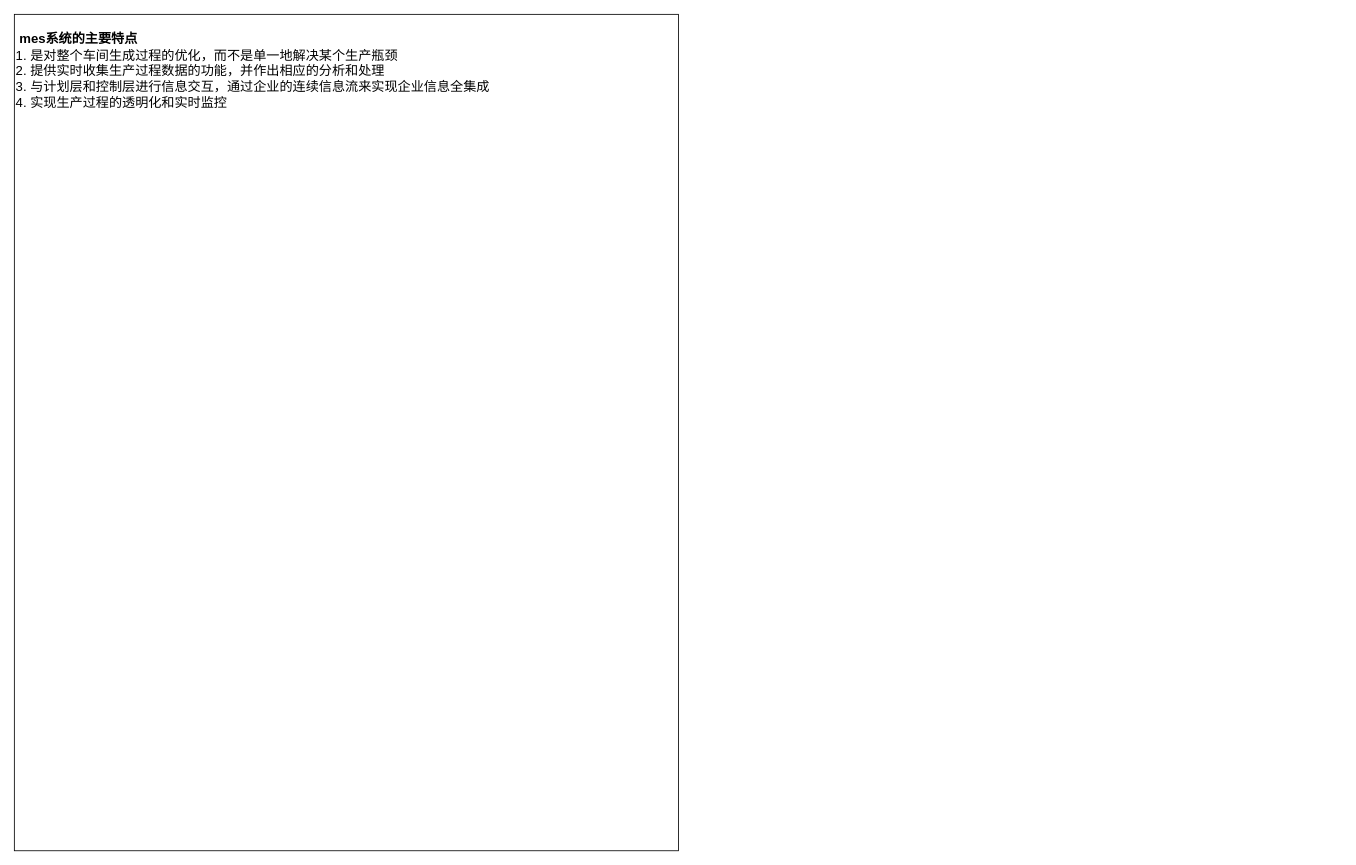
The draw.io diagram page "第 1 页" (1 of 2) of mes.drawio in ljq199612/diagram, before the edit. Source tidied: cells renumbered, new cells numbered last; positions are measured from the earlier drawing's top-left corner, leaving out a move shared by most shapes. Both pictures are drawn from the tidied source at 82%, with x=0, y=0 at pixel (14, 14).
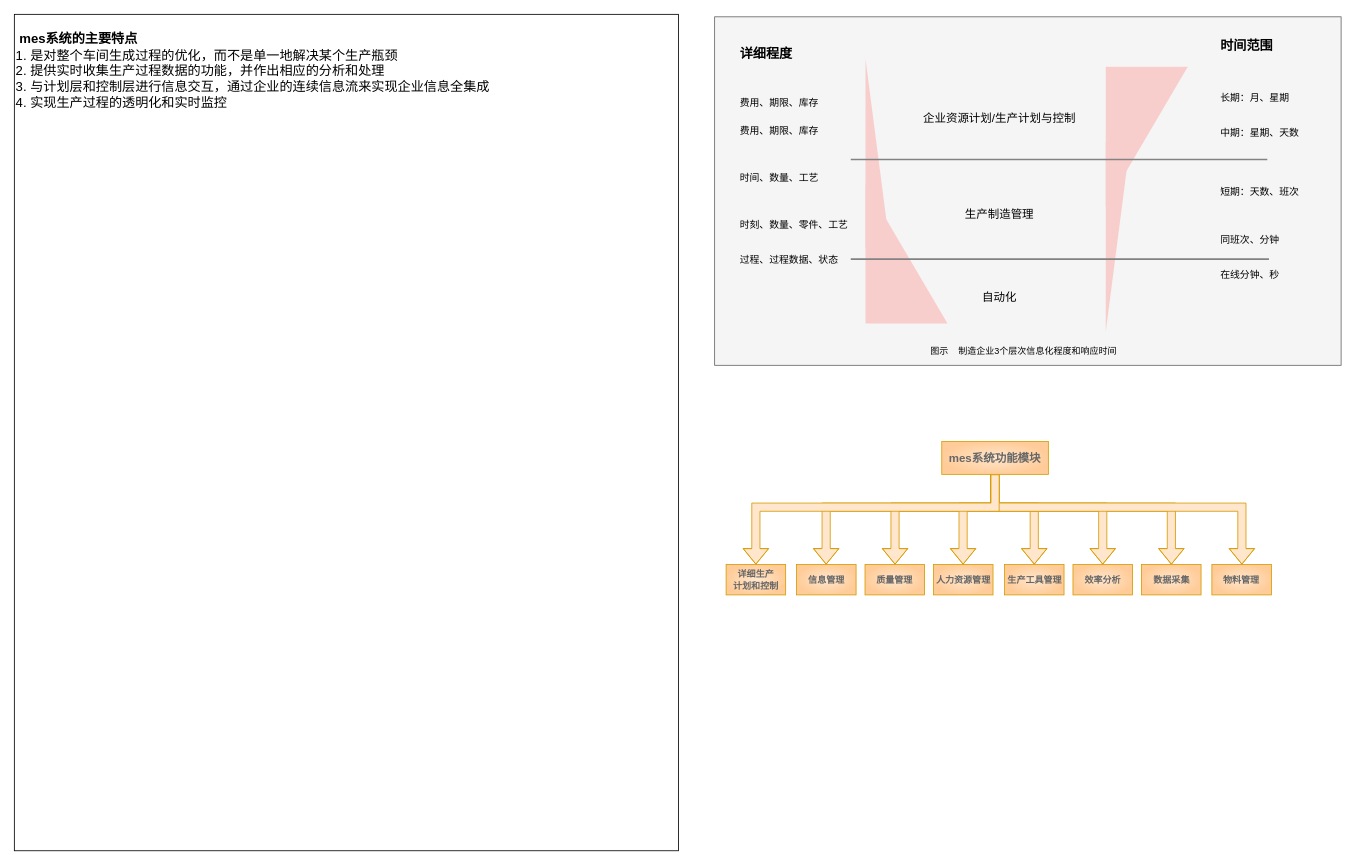
The same page after the edit.

Diff of the diagram source:
```diff
@@
+    <mxCell id="3" style="group;" parent="1" vertex="1">
+      <mxGeometry x="854" y="3" width="765" height="425" as="geometry" />
+    </mxCell>
+    <mxCell id="4" style="rounded=0;whiteSpace=wrap;html=1;fontSize=16;fillColor=#f5f5f5;strokeColor=#666666;fontColor=#333333;" parent="3" vertex="1">
+      <mxGeometry width="764" height="425" as="geometry" />
+    </mxCell>
+    <mxCell id="5" style="group;strokeColor=none;" parent="3" vertex="1">
+      <mxGeometry x="184" y="51" width="100" height="323" as="geometry" />
+    </mxCell>
+    <mxCell id="6" style="verticalLabelPosition=bottom;verticalAlign=top;html=1;shape=mxgraph.basic.orthogonal_triangle;fontSize=16;fillColor=#f8cecc;strokeColor=none;" parent="5" vertex="1">
+      <mxGeometry width="30" height="232" as="geometry" />
+    </mxCell>
+    <mxCell id="7" style="verticalLabelPosition=bottom;verticalAlign=top;html=1;shape=mxgraph.basic.orthogonal_triangle;fontSize=16;fillColor=#f8cecc;strokeColor=none;" parent="5" vertex="1">
+      <mxGeometry y="153" width="100" height="170" as="geometry" />
+    </mxCell>
+    <mxCell id="8" style="group;" parent="3" vertex="1">
+      <mxGeometry x="477" y="61" width="100" height="323" as="geometry" />
+    </mxCell>
+    <mxCell id="9" style="verticalLabelPosition=bottom;verticalAlign=top;html=1;shape=mxgraph.basic.orthogonal_triangle;fontSize=16;fillColor=#f8cecc;strokeColor=none;rotation=-180;flipV=0;flipH=1;" parent="8" vertex="1">
+      <mxGeometry y="91" width="30" height="232" as="geometry" />
+    </mxCell>
+    <mxCell id="10" style="verticalLabelPosition=bottom;verticalAlign=top;html=1;shape=mxgraph.basic.orthogonal_triangle;fontSize=16;fillColor=#f8cecc;strokeColor=none;rotation=-180;flipH=1;" parent="8" vertex="1">
+      <mxGeometry width="100" height="170" as="geometry" />
+    </mxCell>
+    <mxCell id="11" style="line;strokeWidth=2;html=1;strokeColor=#828282;fontSize=16;" parent="3" vertex="1">
+      <mxGeometry x="166" y="169" width="508" height="10" as="geometry" />
+    </mxCell>
+    <mxCell id="12" style="line;strokeWidth=2;html=1;strokeColor=#828282;fontSize=16;" parent="3" vertex="1">
+      <mxGeometry x="166" y="290" width="510" height="11" as="geometry" />
+    </mxCell>
+    <mxCell id="13" value="&lt;div align=&quot;left&quot;&gt;&lt;b&gt;详细程度&lt;/b&gt;&lt;/div&gt;&lt;div&gt;&lt;br&gt;&lt;/div&gt;&lt;div&gt;&lt;br&gt;&lt;/div&gt;&lt;div&gt;&lt;font style=&quot;font-size: 12px;&quot;&gt;费用、期限、库存&lt;/font&gt;&lt;br&gt;&lt;/div&gt;&lt;div&gt;&lt;br&gt;&lt;/div&gt;&lt;div style=&quot;font-size: 12px;&quot;&gt;&lt;div&gt;&lt;font style=&quot;font-size: 12px;&quot;&gt;费用、期限、库存&lt;/font&gt;&lt;/div&gt;&lt;div&gt;&lt;br&gt;&lt;/div&gt;&lt;div&gt;&lt;br&gt;&lt;/div&gt;&lt;div&gt;&lt;br&gt;&lt;/div&gt;&lt;div&gt;时间、数量、工艺&lt;/div&gt;&lt;div&gt;&lt;br&gt;&lt;/div&gt;&lt;div&gt;&lt;br&gt;&lt;/div&gt;&lt;div&gt;&lt;br&gt;&lt;/div&gt;&lt;div&gt;时刻、数量、零件、工艺&lt;/div&gt;&lt;div&gt;&lt;br&gt;&lt;/div&gt;&lt;div&gt;&lt;br&gt;&lt;/div&gt;&lt;div&gt;过程、过程数据、状态&lt;br&gt;&lt;/div&gt;&lt;div&gt;&lt;br&gt;&lt;/div&gt;&lt;/div&gt;" style="text;html=1;strokeColor=none;fillColor=none;align=left;verticalAlign=top;whiteSpace=wrap;rounded=0;fontSize=16;" parent="3" vertex="1">
+      <mxGeometry x="29" y="29" width="150" height="306" as="geometry" />
+    </mxCell>
+    <mxCell id="14" value="&lt;b&gt;时间范围&lt;/b&gt;&lt;div style=&quot;font-size: 15px;&quot;&gt;&lt;font style=&quot;font-size: 15px;&quot;&gt;&lt;br&gt;&lt;/font&gt;&lt;/div&gt;&lt;div style=&quot;font-size: 12px;&quot;&gt;&lt;font style=&quot;font-size: 12px;&quot;&gt;&lt;br&gt;&lt;/font&gt;&lt;/div&gt;&lt;div style=&quot;font-size: 12px;&quot;&gt;&lt;font style=&quot;font-size: 12px;&quot;&gt;&lt;br&gt;&lt;/font&gt;&lt;/div&gt;&lt;div style=&quot;font-size: 12px;&quot;&gt;&lt;font style=&quot;font-size: 12px;&quot;&gt;长期：月、星期&lt;br&gt;&lt;/font&gt;&lt;/div&gt;&lt;div style=&quot;font-size: 12px;&quot;&gt;&lt;font style=&quot;font-size: 12px;&quot;&gt;&lt;br&gt;&lt;/font&gt;&lt;/div&gt;&lt;div style=&quot;font-size: 12px;&quot;&gt;&lt;div&gt;&lt;font style=&quot;font-size: 12px;&quot;&gt;&lt;br&gt;&lt;/font&gt;&lt;/div&gt;&lt;div&gt;&lt;font style=&quot;font-size: 12px;&quot;&gt;中期：星期、天数&lt;/font&gt;&lt;/div&gt;&lt;div&gt;&lt;font style=&quot;font-size: 12px;&quot;&gt;&lt;br&gt;&lt;/font&gt;&lt;/div&gt;&lt;div&gt;&lt;font style=&quot;font-size: 12px;&quot;&gt;&lt;br&gt;&lt;/font&gt;&lt;/div&gt;&lt;div&gt;&lt;font style=&quot;font-size: 12px;&quot;&gt;&lt;br&gt;&lt;/font&gt;&lt;/div&gt;&lt;div&gt;&lt;font style=&quot;font-size: 12px;&quot;&gt;&lt;br&gt;&lt;/font&gt;&lt;/div&gt;&lt;div&gt;&lt;font style=&quot;font-size: 12px;&quot;&gt;短期：天数、班次&lt;br&gt;&lt;/font&gt;&lt;/div&gt;&lt;div&gt;&lt;font style=&quot;font-size: 12px;&quot;&gt;&lt;br&gt;&lt;/font&gt;&lt;/div&gt;&lt;div&gt;&lt;font style=&quot;font-size: 12px;&quot;&gt;&lt;br&gt;&lt;/font&gt;&lt;/div&gt;&lt;div&gt;&lt;font style=&quot;font-size: 12px;&quot;&gt;&lt;br&gt;&lt;/font&gt;&lt;/div&gt;&lt;div&gt;&lt;font style=&quot;font-size: 12px;&quot;&gt;同班次、分钟&lt;br&gt;&lt;/font&gt;&lt;/div&gt;&lt;div&gt;&lt;font style=&quot;font-size: 12px;&quot;&gt;&lt;br&gt;&lt;/font&gt;&lt;/div&gt;&lt;div&gt;&lt;font style=&quot;font-size: 12px;&quot;&gt;&lt;br&gt;&lt;/font&gt;&lt;/div&gt;&lt;div&gt;&lt;font style=&quot;font-size: 12px;&quot;&gt;在线分钟、秒&lt;/font&gt;&lt;font style=&quot;font-size: 12px;&quot;&gt;&lt;br&gt;&lt;/font&gt;&lt;/div&gt;&lt;div&gt;&lt;br&gt;&lt;/div&gt;&lt;/div&gt;" style="text;html=1;strokeColor=none;fillColor=none;align=left;verticalAlign=top;whiteSpace=wrap;rounded=0;fontSize=16;" parent="3" vertex="1">
+      <mxGeometry x="615" y="19" width="150" height="324" as="geometry" />
+    </mxCell>
+    <mxCell id="15" value="&lt;div style=&quot;font-size: 14px;&quot;&gt;&lt;br style=&quot;font-size: 14px;&quot;&gt;&lt;/div&gt;&lt;div style=&quot;font-size: 14px;&quot;&gt;&lt;br style=&quot;font-size: 14px;&quot;&gt;&lt;/div&gt;&lt;div style=&quot;font-size: 14px;&quot;&gt;企业资源计划/生产计划与控制&lt;/div&gt;&lt;div style=&quot;font-size: 14px;&quot;&gt;&lt;br style=&quot;font-size: 14px;&quot;&gt;&lt;/div&gt;&lt;div style=&quot;font-size: 14px;&quot;&gt;&lt;br style=&quot;font-size: 14px;&quot;&gt;&lt;/div&gt;&lt;div style=&quot;font-size: 14px;&quot;&gt;&lt;br style=&quot;font-size: 14px;&quot;&gt;&lt;/div&gt;&lt;div style=&quot;font-size: 14px;&quot;&gt;&lt;br style=&quot;font-size: 14px;&quot;&gt;&lt;/div&gt;&lt;div style=&quot;font-size: 14px;&quot;&gt;&lt;br&gt;&lt;/div&gt;&lt;div style=&quot;font-size: 14px;&quot;&gt;&lt;br style=&quot;font-size: 14px;&quot;&gt;&lt;/div&gt;&lt;div style=&quot;font-size: 14px;&quot;&gt;生产制造管理&lt;/div&gt;&lt;div style=&quot;font-size: 14px;&quot;&gt;&lt;br style=&quot;font-size: 14px;&quot;&gt;&lt;/div&gt;&lt;div style=&quot;font-size: 14px;&quot;&gt;&lt;br style=&quot;font-size: 14px;&quot;&gt;&lt;/div&gt;&lt;div style=&quot;font-size: 14px;&quot;&gt;&lt;br style=&quot;font-size: 14px;&quot;&gt;&lt;/div&gt;&lt;div style=&quot;font-size: 14px;&quot;&gt;&lt;br&gt;&lt;/div&gt;&lt;div style=&quot;font-size: 14px;&quot;&gt;&lt;br style=&quot;font-size: 14px;&quot;&gt;&lt;/div&gt;&lt;div style=&quot;font-size: 14px;&quot;&gt;自动化&lt;br style=&quot;font-size: 14px;&quot;&gt;&lt;/div&gt;" style="text;html=1;strokeColor=none;fillColor=none;align=center;verticalAlign=top;whiteSpace=wrap;rounded=0;fontSize=14;" parent="3" vertex="1">
+      <mxGeometry x="230" y="75" width="235" height="290" as="geometry" />
+    </mxCell>
+    <mxCell id="16" value="&lt;font style=&quot;font-size: 11px;&quot;&gt;图示&amp;nbsp;&amp;nbsp;&amp;nbsp; 制造企业3个层次信息化程度和响应时间&lt;/font&gt;" style="text;html=1;strokeColor=none;fillColor=none;align=center;verticalAlign=middle;whiteSpace=wrap;rounded=0;fontSize=11;" parent="3" vertex="1">
+      <mxGeometry x="208" y="393" width="338" height="30" as="geometry" />
+    </mxCell>
+    <mxCell id="17" style="edgeStyle=orthogonalEdgeStyle;shape=flexArrow;rounded=0;jettySize=auto;html=1;fontSize=11;fontColor=#666666;endSize=6;fillColor=#ffe6cc;strokeColor=#d79b00;" parent="1" edge="1" source="23" target="25">
+      <mxGeometry relative="1" as="geometry">
+        <Array as="points">
+          <mxPoint x="1196" y="601" />
+          <mxPoint x="990" y="601" />
+        </Array>
+      </mxGeometry>
+    </mxCell>
+    <mxCell id="18" style="edgeStyle=orthogonalEdgeStyle;shape=flexArrow;rounded=0;jettySize=auto;html=1;fontSize=11;fontColor=#666666;endSize=6;fillColor=#ffe6cc;strokeColor=#d79b00;" parent="1" edge="1" source="23" target="26">
+      <mxGeometry relative="1" as="geometry">
+        <Array as="points">
+          <mxPoint x="1196" y="601" />
+          <mxPoint x="1074" y="601" />
+        </Array>
+      </mxGeometry>
+    </mxCell>
+    <mxCell id="19" style="edgeStyle=orthogonalEdgeStyle;shape=flexArrow;rounded=0;jettySize=auto;html=1;fontSize=11;fontColor=#666666;endSize=6;fillColor=#ffe6cc;strokeColor=#d79b00;" parent="1" edge="1" source="23" target="27">
+      <mxGeometry relative="1" as="geometry">
+        <Array as="points">
+          <mxPoint x="1196" y="601" />
+          <mxPoint x="1157" y="601" />
+        </Array>
+      </mxGeometry>
+    </mxCell>
+    <mxCell id="20" style="edgeStyle=orthogonalEdgeStyle;shape=flexArrow;rounded=0;orthogonalLoop=1;jettySize=auto;html=1;entryX=0.5;entryY=0;entryDx=0;entryDy=0;fontSize=11;fontColor=#666666;endSize=6;fillColor=#ffe6cc;strokeColor=#d79b00;" parent="1" edge="1">
+      <mxGeometry relative="1" as="geometry">
+        <mxPoint x="1196" y="561" as="sourcePoint" />
+        <mxPoint x="1243.8" y="671" as="targetPoint" />
+        <Array as="points">
+          <mxPoint x="1196" y="601" />
+          <mxPoint x="1244" y="601" />
+        </Array>
+      </mxGeometry>
+    </mxCell>
+    <mxCell id="21" style="edgeStyle=orthogonalEdgeStyle;shape=flexArrow;rounded=0;jettySize=auto;html=1;fontSize=11;fontColor=#666666;endSize=6;fillColor=#ffe6cc;strokeColor=#d79b00;" parent="1" edge="1" source="23" target="30">
+      <mxGeometry relative="1" as="geometry">
+        <Array as="points">
+          <mxPoint x="1196" y="601" />
+          <mxPoint x="1411" y="601" />
+        </Array>
+      </mxGeometry>
+    </mxCell>
+    <mxCell id="22" style="edgeStyle=orthogonalEdgeStyle;shape=flexArrow;rounded=0;jettySize=auto;html=1;entryX=0.5;entryY=0;entryDx=0;entryDy=0;fontSize=11;fontColor=#666666;endSize=6;fillColor=#ffe6cc;strokeColor=#d79b00;" parent="1" edge="1" source="23" target="29">
+      <mxGeometry relative="1" as="geometry">
+        <Array as="points">
+          <mxPoint x="1196" y="601" />
+          <mxPoint x="1327" y="601" />
+        </Array>
+      </mxGeometry>
+    </mxCell>
+    <mxCell id="23" value="&lt;div style=&quot;font-size: 14px;&quot;&gt;&lt;font style=&quot;font-size: 14px;&quot; color=&quot;#666666&quot;&gt;&lt;b&gt;&lt;font style=&quot;font-size: 14px;&quot;&gt;mes系统功能模块&lt;/font&gt;&lt;/b&gt;&lt;/font&gt;&lt;/div&gt;" style="rounded=0;whiteSpace=wrap;html=1;strokeColor=#d79b00;fontSize=11;fillColor=#ffe6cc;gradientColor=#FFCC99;gradientDirection=radial;" parent="1" vertex="1">
+      <mxGeometry x="1131" y="521" width="130" height="40" as="geometry" />
+    </mxCell>
+    <mxCell id="24" value="&lt;div style=&quot;font-size: 11px;&quot;&gt;&lt;font style=&quot;font-size: 11px;&quot; color=&quot;#666666&quot;&gt;&lt;b style=&quot;font-size: 11px;&quot;&gt;&lt;font style=&quot;font-size: 11px;&quot;&gt;详细生产&lt;/font&gt;&lt;/b&gt;&lt;/font&gt;&lt;/div&gt;&lt;div&gt;&lt;font style=&quot;font-size: 11px;&quot; color=&quot;#666666&quot;&gt;&lt;b style=&quot;font-size: 11px;&quot;&gt;&lt;font style=&quot;font-size: 11px;&quot;&gt;计划&lt;/font&gt;&lt;/b&gt;&lt;/font&gt;&lt;b&gt;和控制&lt;/b&gt;&lt;br&gt;&lt;/div&gt;" style="rounded=0;whiteSpace=wrap;html=1;strokeColor=#d79b00;fontSize=11;fillColor=#ffe6cc;gradientColor=#FFCC99;gradientDirection=radial;fontColor=#666666;" parent="1" vertex="1">
+      <mxGeometry x="868" y="671" width="72.6" height="37" as="geometry" />
+    </mxCell>
+    <mxCell id="25" value="&lt;b style=&quot;font-size: 11px;&quot;&gt;信息管理&lt;/b&gt;" style="rounded=0;whiteSpace=wrap;html=1;strokeColor=#d79b00;fontSize=11;fillColor=#ffe6cc;gradientColor=#FFCC99;gradientDirection=radial;fontColor=#666666;" parent="1" vertex="1">
+      <mxGeometry x="953.9" y="671" width="72.6" height="37" as="geometry" />
+    </mxCell>
+    <mxCell id="26" value="&lt;b style=&quot;font-size: 11px;&quot;&gt;质量管理&lt;/b&gt;" style="rounded=0;whiteSpace=wrap;html=1;strokeColor=#d79b00;fontSize=11;fillColor=#ffe6cc;gradientColor=#FFCC99;gradientDirection=radial;fontColor=#666666;" parent="1" vertex="1">
+      <mxGeometry x="1037.4" y="671" width="72.6" height="37" as="geometry" />
+    </mxCell>
+    <mxCell id="27" value="&lt;b style=&quot;font-size: 11px;&quot;&gt;人力资源管理&lt;/b&gt;" style="rounded=0;whiteSpace=wrap;html=1;strokeColor=#d79b00;fontSize=11;fillColor=#ffe6cc;gradientColor=#FFCC99;gradientDirection=radial;fontColor=#666666;" parent="1" vertex="1">
+      <mxGeometry x="1120.9" y="671" width="72.6" height="37" as="geometry" />
+    </mxCell>
+    <mxCell id="28" value="&lt;b style=&quot;font-size: 11px;&quot;&gt;生产工具管理&lt;/b&gt;" style="rounded=0;whiteSpace=wrap;html=1;strokeColor=#d79b00;fontSize=11;fillColor=#ffe6cc;gradientColor=#FFCC99;gradientDirection=radial;fontColor=#666666;" parent="1" vertex="1">
+      <mxGeometry x="1207.5" y="671" width="72.6" height="37" as="geometry" />
+    </mxCell>
+    <mxCell id="29" value="&lt;b&gt;效率分析&lt;/b&gt;" style="rounded=0;whiteSpace=wrap;html=1;strokeColor=#d79b00;fontSize=11;fillColor=#ffe6cc;gradientColor=#FFCC99;gradientDirection=radial;fontColor=#666666;" parent="1" vertex="1">
+      <mxGeometry x="1291" y="671" width="72.6" height="37" as="geometry" />
+    </mxCell>
+    <mxCell id="30" value="&lt;b style=&quot;font-size: 11px;&quot;&gt;数据采集&lt;/b&gt;" style="rounded=0;whiteSpace=wrap;html=1;strokeColor=#d79b00;fontSize=11;fillColor=#ffe6cc;gradientColor=#FFCC99;gradientDirection=radial;fontColor=#666666;" parent="1" vertex="1">
+      <mxGeometry x="1374.6" y="671" width="72.6" height="37" as="geometry" />
+    </mxCell>
+    <mxCell id="31" value="&lt;b&gt;物料管理&lt;/b&gt;" style="rounded=0;whiteSpace=wrap;html=1;strokeColor=#d79b00;fontSize=11;fillColor=#ffe6cc;gradientColor=#FFCC99;gradientDirection=radial;fontColor=#666666;" parent="1" vertex="1">
+      <mxGeometry x="1460.4" y="671" width="72.6" height="37" as="geometry" />
+    </mxCell>
+    <mxCell id="32" style="edgeStyle=orthogonalEdgeStyle;shape=flexArrow;rounded=0;jettySize=auto;html=1;fontSize=11;fontColor=#666666;endSize=6;fillColor=#ffe6cc;strokeColor=#d79b00;" parent="1" edge="1" source="23" target="31">
+      <mxGeometry relative="1" as="geometry">
+        <Array as="points">
+          <mxPoint x="1196" y="601" />
+          <mxPoint x="1497" y="601" />
+        </Array>
+      </mxGeometry>
+    </mxCell>
+    <mxCell id="33" style="edgeStyle=orthogonalEdgeStyle;shape=flexArrow;rounded=0;jettySize=auto;html=1;entryX=0.5;entryY=0;entryDx=0;entryDy=0;fontSize=11;fontColor=#666666;endSize=6;fillColor=#ffe6cc;strokeColor=#d79b00;" parent="1" edge="1" source="23" target="24">
+      <mxGeometry relative="1" as="geometry">
+        <Array as="points">
+          <mxPoint x="1196" y="601" />
+          <mxPoint x="904" y="601" />
+        </Array>
+      </mxGeometry>
+    </mxCell>
```
